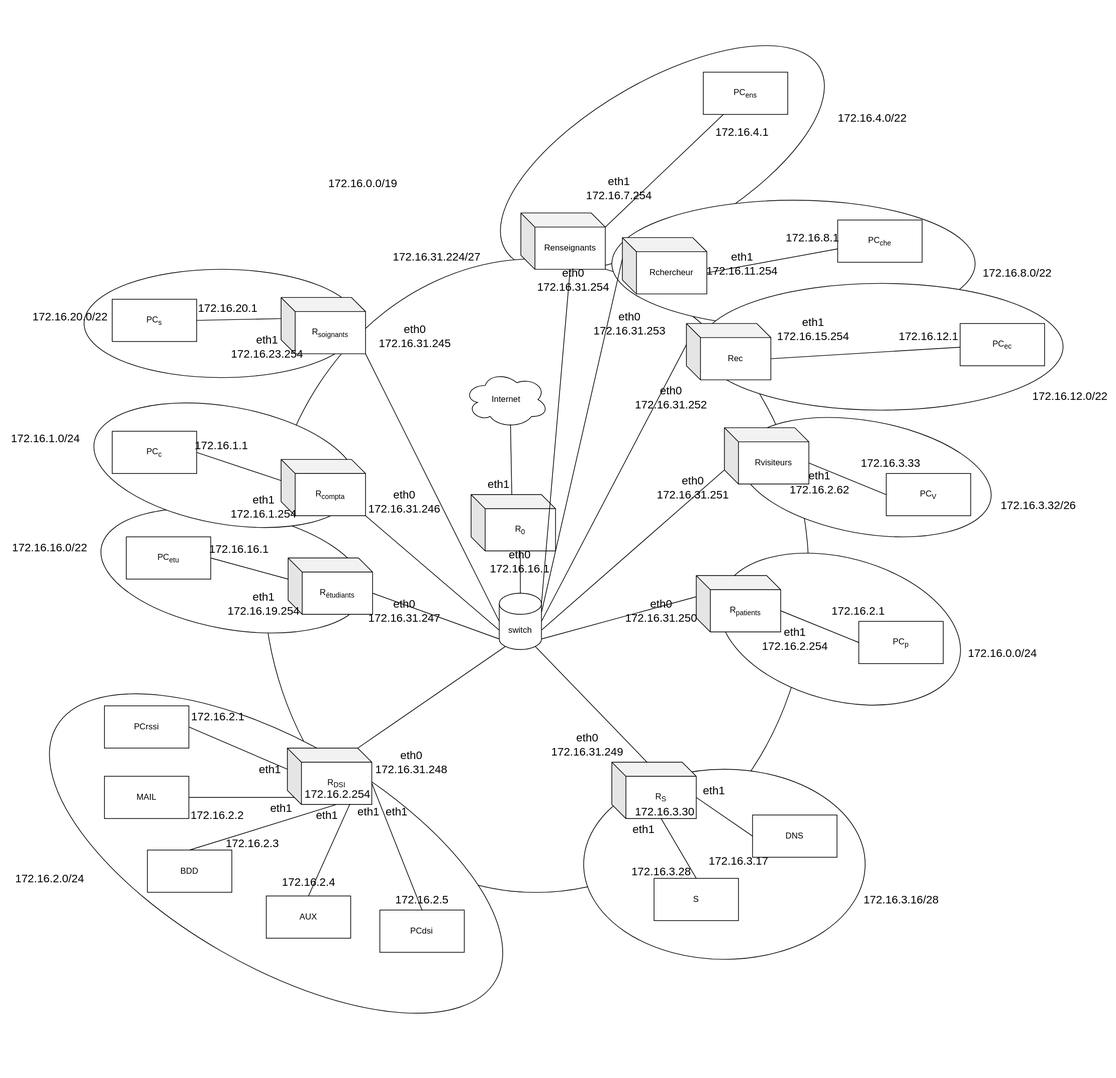
This is ressources/Diagramme_de_reseau.drawio.svg from mperrot36/SAE_3.01_B, a draw.io export, as it was before one commit. Source tidied: cells renumbered, new cells last; positions are measured from the earlier drawing's top-left corner, leaving out a move shared by most shapes.
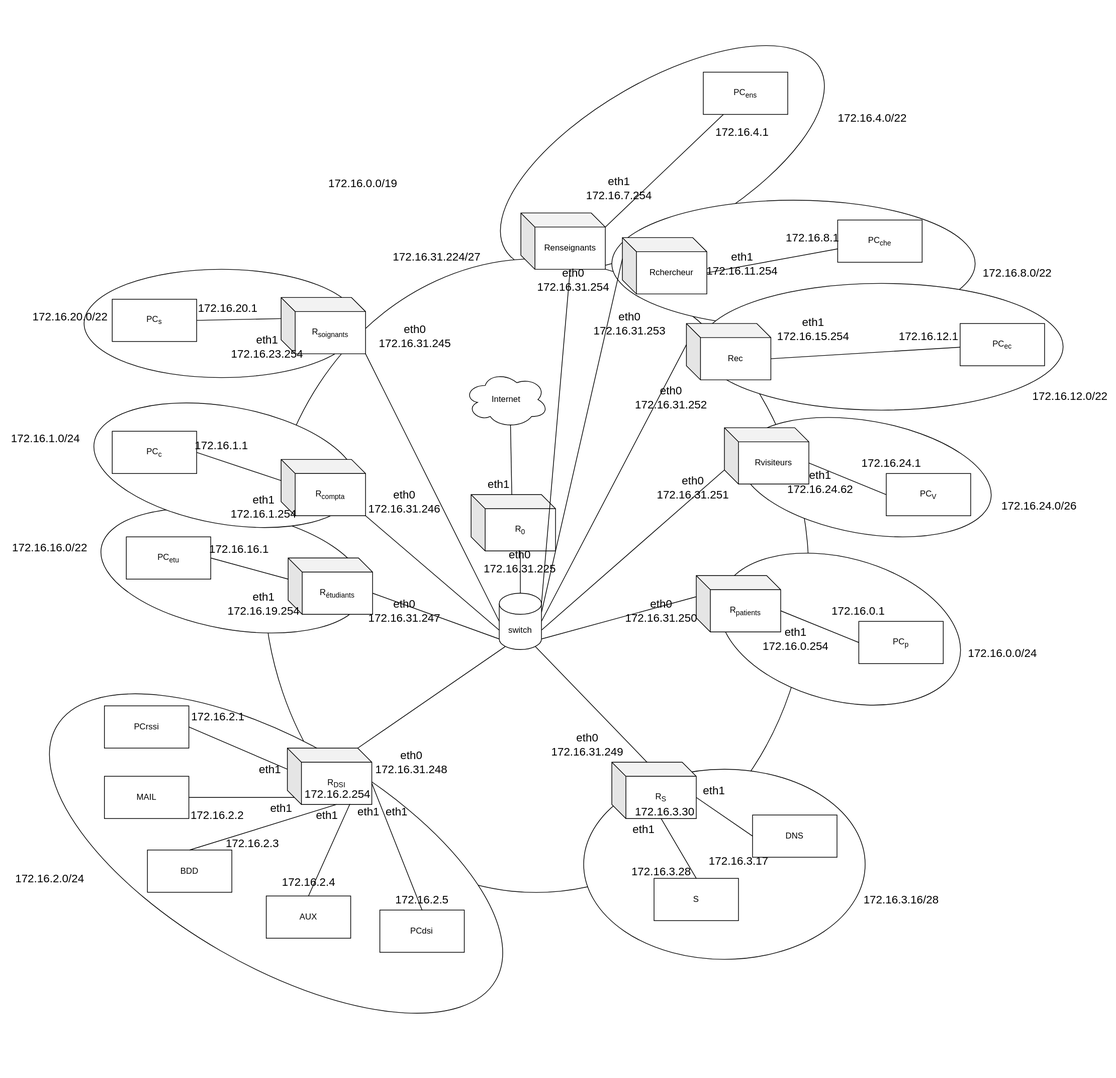
The same file after the commit.

Change to the diagram source:
```diff
@@ -158,8 +158,8 @@
     <mxCell id="53" value="172.16.0.0/24" style="text;html=1;align=center;verticalAlign=middle;strokeColor=none;fillColor=none;fontSize=16;" parent="1" vertex="1">
       <mxGeometry x="1360" y="810" width="120" height="30" as="geometry" />
     </mxCell>
-    <mxCell id="54" value="172.16.3.32/26" style="text;html=1;align=center;verticalAlign=middle;strokeColor=none;fillColor=none;fontSize=16;" parent="1" vertex="1">
-      <mxGeometry x="1406.2" y="600" width="130" height="30" as="geometry" />
+    <mxCell id="54" value="172.16.24.0/26" style="text;html=1;align=center;verticalAlign=middle;strokeColor=none;fillColor=none;fontSize=16;" parent="1" vertex="1">
+      <mxGeometry x="1409.2" y="600" width="125" height="31" as="geometry" />
     </mxCell>
     <mxCell id="55" value="172.16.20.0/22" style="text;html=1;align=center;verticalAlign=middle;strokeColor=none;fillColor=none;fontSize=16;" parent="1" vertex="1">
       <mxGeometry x="30" y="331.9" width="130" height="30" as="geometry" />
@@ -206,17 +206,17 @@
     <mxCell id="69" value="eth1&lt;br&gt;172.16.23.254" style="text;html=1;align=center;verticalAlign=middle;strokeColor=none;fillColor=none;fontSize=16;" parent="1" vertex="1">
       <mxGeometry x="315" y="365" width="120" height="50" as="geometry" />
     </mxCell>
-    <mxCell id="70" value="&lt;br&gt;172.16.3.33" style="text;html=1;align=center;verticalAlign=middle;strokeColor=none;fillColor=none;fontSize=16;" parent="1" vertex="1">
-      <mxGeometry x="1206" y="520" width="110" height="50" as="geometry" />
+    <mxCell id="70" value="&lt;br&gt;172.16.24.1" style="text;html=1;align=center;verticalAlign=middle;strokeColor=none;fillColor=none;fontSize=16;" parent="1" vertex="1">
+      <mxGeometry x="1210" y="520" width="103" height="50" as="geometry" />
     </mxCell>
-    <mxCell id="71" value="&lt;div&gt;eth1&lt;/div&gt;&lt;div&gt;172.16.2.62&lt;br&gt;&lt;/div&gt;" style="text;html=1;align=center;verticalAlign=middle;strokeColor=none;fillColor=none;fontSize=16;" parent="1" vertex="1">
-      <mxGeometry x="1105" y="557.5" width="110" height="50" as="geometry" />
+    <mxCell id="71" value="&lt;div&gt;eth1&lt;/div&gt;&lt;div&gt;172.16.24.62&lt;br&gt;&lt;/div&gt;" style="text;html=1;align=center;verticalAlign=middle;strokeColor=none;fillColor=none;fontSize=16;" parent="1" vertex="1">
+      <mxGeometry x="1105" y="557.5" width="111" height="50" as="geometry" />
     </mxCell>
-    <mxCell id="72" value="&lt;br&gt;172.16.2.1" style="text;html=1;align=center;verticalAlign=middle;strokeColor=none;fillColor=none;fontSize=16;" parent="1" vertex="1">
-      <mxGeometry x="1165" y="730" width="100" height="50" as="geometry" />
+    <mxCell id="72" value="&lt;br&gt;172.16.0.1" style="text;html=1;align=center;verticalAlign=middle;strokeColor=none;fillColor=none;fontSize=16;" parent="1" vertex="1">
+      <mxGeometry x="1168" y="730" width="94" height="50" as="geometry" />
     </mxCell>
-    <mxCell id="73" value="&lt;div&gt;eth1&lt;/div&gt;172.16.2.254" style="text;html=1;align=center;verticalAlign=middle;strokeColor=none;fillColor=none;fontSize=16;" parent="1" vertex="1">
-      <mxGeometry x="1065" y="780" width="120" height="50" as="geometry" />
+    <mxCell id="73" value="&lt;div&gt;eth1&lt;/div&gt;&lt;div&gt;172.16.0.254&lt;/div&gt;" style="text;html=1;align=center;verticalAlign=middle;strokeColor=none;fillColor=none;fontSize=16;" parent="1" vertex="1">
+      <mxGeometry x="1070" y="780" width="111" height="50" as="geometry" />
     </mxCell>
     <mxCell id="74" value="&lt;br&gt;172.16.3.17" style="text;html=1;align=center;verticalAlign=middle;strokeColor=none;fillColor=none;fontSize=16;" parent="1" vertex="1">
       <mxGeometry x="990" y="1085" width="110" height="50" as="geometry" />
@@ -344,8 +344,8 @@
     <mxCell id="115" style="endArrow=none;html=1;rounded=0;entryX=0;entryY=0;entryDx=70;entryDy=80;entryPerimeter=0;exitX=0.5;exitY=0;exitDx=0;exitDy=0;exitPerimeter=0;" parent="1" edge="1" source="118" target="13">
       <mxGeometry relative="1" as="geometry" />
     </mxCell>
-    <mxCell id="116" value="&lt;div&gt;eth0&lt;/div&gt;&lt;div&gt;172.16.16.1&lt;/div&gt;" style="text;html=1;align=center;verticalAlign=middle;strokeColor=none;fillColor=none;fontSize=16;" parent="1" vertex="1">
-      <mxGeometry x="678.7" y="670" width="110" height="50" as="geometry" />
+    <mxCell id="116" value="&lt;div&gt;eth0&lt;/div&gt;&lt;div&gt;172.16.31.225&lt;/div&gt;" style="text;html=1;align=center;verticalAlign=middle;strokeColor=none;fillColor=none;fontSize=16;" parent="1" vertex="1">
+      <mxGeometry x="673.7" y="670" width="120" height="50" as="geometry" />
     </mxCell>
     <mxCell id="117" value="&lt;div&gt;eth1&lt;/div&gt;" style="text;html=1;align=center;verticalAlign=middle;strokeColor=none;fillColor=none;fontSize=16;" parent="1" vertex="1">
       <mxGeometry x="678.7" y="570" width="50" height="30" as="geometry" />
```
